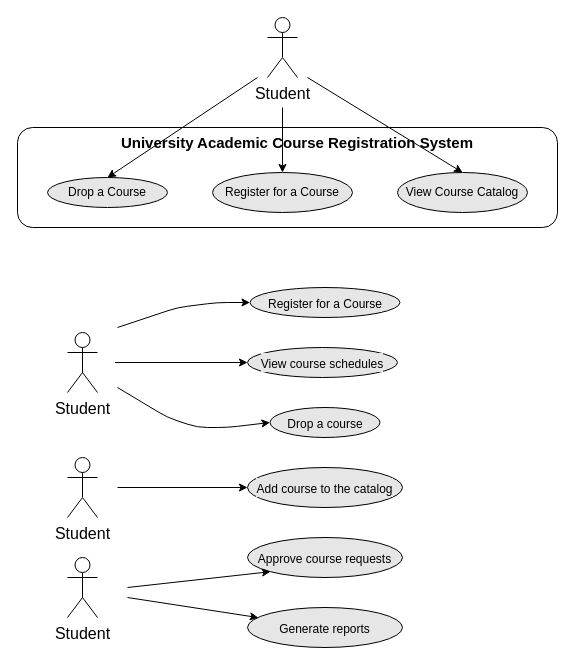
drshahizan/software-engineering keeps this draw.io diagram as project/drawio/alovey1014/exer1.drawio. Above is the earlier version. Source tidied: cells renumbered, new cells numbered last; positions are measured from the earlier drawing's top-left corner, leaving out a move shared by most shapes. Both pictures are drawn from the tidied source at 100%, with x=0, y=0 at pixel (17, 17).
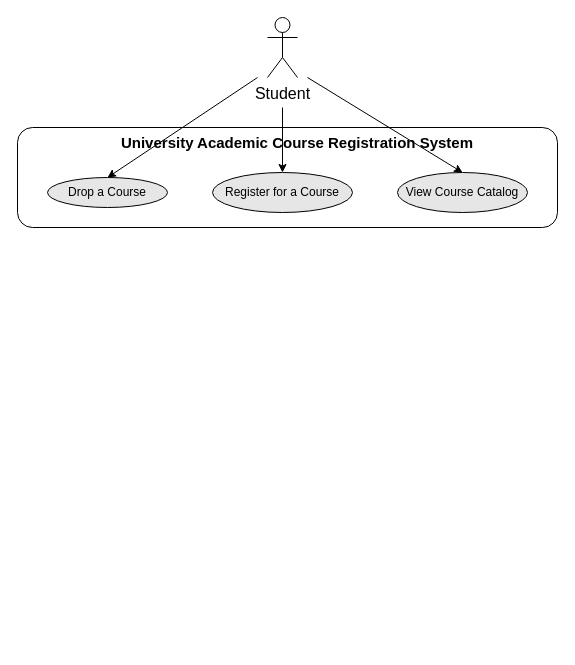
The same page after the edit.

Change to the diagram source:
```diff
@@
-    <mxCell id="11" value="&lt;font style=&quot;font-size: 16px;&quot;&gt;Student&lt;/font&gt;" style="shape=umlActor;verticalLabelPosition=bottom;verticalAlign=top;html=1;" parent="1" vertex="1">
-      <mxGeometry x="50" y="440" width="30" height="60" as="geometry" />
-    </mxCell>
-    <mxCell id="12" value="&lt;font style=&quot;font-size: 16px;&quot;&gt;Student&lt;/font&gt;" style="shape=umlActor;verticalLabelPosition=bottom;verticalAlign=top;html=1;" parent="1" vertex="1">
-      <mxGeometry x="50" y="540" width="30" height="60" as="geometry" />
-    </mxCell>
-    <mxCell id="13" value="&lt;font style=&quot;font-size: 12px;&quot;&gt;Register for a Course&lt;/font&gt;" style="ellipse;whiteSpace=wrap;html=1;labelBackgroundColor=#E6E6E6;fontSize=16;fontColor=#000000;fillColor=#E6E6E6;" parent="1" vertex="1">
-      <mxGeometry x="232.5" y="270" width="150" height="30" as="geometry" />
-    </mxCell>
-    <mxCell id="14" value="&lt;font style=&quot;font-size: 12px;&quot;&gt;View course schedules&lt;/font&gt;" style="ellipse;whiteSpace=wrap;html=1;labelBackgroundColor=#E6E6E6;fontSize=16;fontColor=#000000;fillColor=#E6E6E6;" parent="1" vertex="1">
-      <mxGeometry x="230" y="330" width="150" height="30" as="geometry" />
-    </mxCell>
-    <mxCell id="15" value="&lt;font style=&quot;font-size: 12px;&quot;&gt;Drop a course&lt;/font&gt;" style="ellipse;whiteSpace=wrap;html=1;labelBackgroundColor=#E6E6E6;fontSize=16;fontColor=#000000;fillColor=#E6E6E6;" parent="1" vertex="1">
-      <mxGeometry x="252.5" y="390" width="110" height="30" as="geometry" />
-    </mxCell>
-    <mxCell id="16" value="&lt;font style=&quot;font-size: 12px;&quot;&gt;Add course to the catalog&lt;/font&gt;" style="ellipse;whiteSpace=wrap;html=1;labelBackgroundColor=#E6E6E6;fontSize=16;fontColor=#000000;fillColor=#E6E6E6;" parent="1" vertex="1">
-      <mxGeometry x="230" y="450" width="155" height="40" as="geometry" />
-    </mxCell>
-    <mxCell id="17" value="&lt;font style=&quot;font-size: 12px;&quot;&gt;Approve course requests&lt;/font&gt;" style="ellipse;whiteSpace=wrap;html=1;labelBackgroundColor=#E6E6E6;fontSize=16;fontColor=#000000;fillColor=#E6E6E6;" parent="1" vertex="1">
-      <mxGeometry x="230" y="520" width="155" height="40" as="geometry" />
-    </mxCell>
-    <mxCell id="18" value="&lt;font style=&quot;font-size: 12px;&quot;&gt;Generate reports&lt;/font&gt;" style="ellipse;whiteSpace=wrap;html=1;labelBackgroundColor=#E6E6E6;fontSize=16;fontColor=#000000;fillColor=#E6E6E6;" parent="1" vertex="1">
-      <mxGeometry x="230" y="590" width="155" height="40" as="geometry" />
-    </mxCell>
-    <mxCell id="19" style="endArrow=classic;html=1;fontSize=12;fontColor=#000000;entryX=0;entryY=0.5;entryDx=0;entryDy=0;" parent="1" edge="1" target="13">
-      <mxGeometry relative="1" as="geometry">
-        <mxPoint x="100" y="310" as="sourcePoint" />
-        <Array as="points">
-          <mxPoint x="160" y="290" />
-          <mxPoint x="200" y="285" />
-        </Array>
-      </mxGeometry>
-    </mxCell>
-    <mxCell id="20" style="endArrow=classic;html=1;fontSize=12;fontColor=#000000;entryX=0;entryY=0.5;entryDx=0;entryDy=0;" parent="1" edge="1" target="14">
-      <mxGeometry relative="1" as="geometry">
-        <mxPoint x="97.5" y="345" as="sourcePoint" />
-      </mxGeometry>
-    </mxCell>
-    <mxCell id="21" style="endArrow=classic;html=1;fontSize=12;fontColor=#000000;entryX=0;entryY=0.5;entryDx=0;entryDy=0;" parent="1" edge="1" target="15">
-      <mxGeometry relative="1" as="geometry">
-        <mxPoint x="100" y="370" as="sourcePoint" />
-        <Array as="points">
-          <mxPoint x="150" y="400" />
-          <mxPoint x="180" y="410" />
-          <mxPoint x="210" y="410" />
-        </Array>
-      </mxGeometry>
-    </mxCell>
-    <mxCell id="22" style="endArrow=classic;html=1;fontSize=12;fontColor=#000000;entryX=0;entryY=0.5;entryDx=0;entryDy=0;" parent="1" edge="1" target="16">
-      <mxGeometry relative="1" as="geometry">
-        <mxPoint x="100" y="470" as="sourcePoint" />
-      </mxGeometry>
-    </mxCell>
-    <mxCell id="23" value="&lt;font style=&quot;font-size: 16px;&quot;&gt;Student&lt;/font&gt;" style="shape=umlActor;verticalLabelPosition=bottom;verticalAlign=top;html=1;" parent="1" vertex="1">
-      <mxGeometry x="50" y="315" width="30" height="60" as="geometry" />
-    </mxCell>
-    <mxCell id="24" style="endArrow=classic;html=1;fontSize=12;fontColor=#000000;entryX=0;entryY=1;entryDx=0;entryDy=0;" parent="1" edge="1" target="17">
-      <mxGeometry relative="1" as="geometry">
-        <mxPoint x="110" y="570" as="sourcePoint" />
-      </mxGeometry>
-    </mxCell>
-    <mxCell id="25" style="endArrow=classic;html=1;fontSize=12;fontColor=#000000;entryX=0.07;entryY=0.253;entryDx=0;entryDy=0;entryPerimeter=0;" parent="1" edge="1" target="18">
-      <mxGeometry relative="1" as="geometry">
-        <mxPoint x="110" y="580" as="sourcePoint" />
-      </mxGeometry>
-    </mxCell>
```
